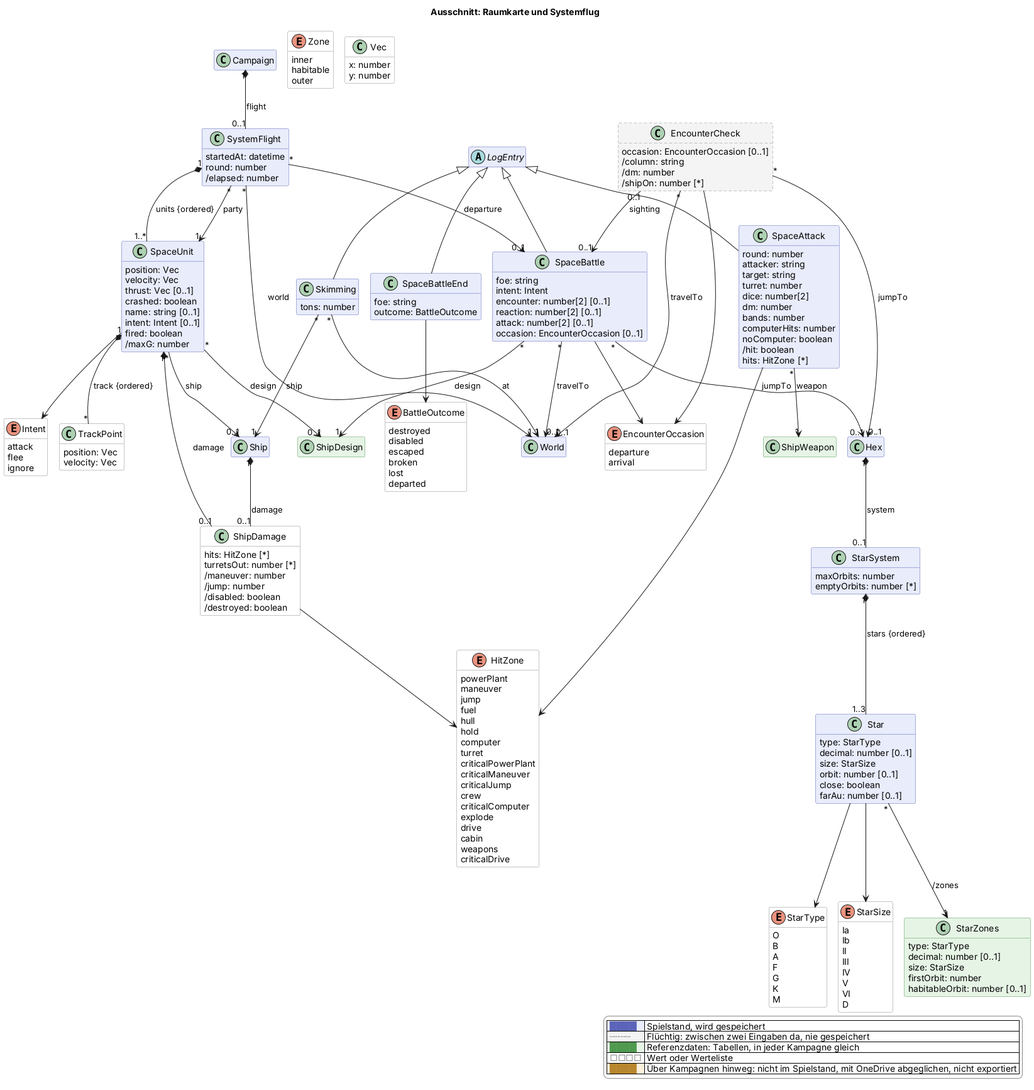
scuzzar/SRE keeps this PlantUML diagram as docs/views/raum.png. Above is the earlier version.
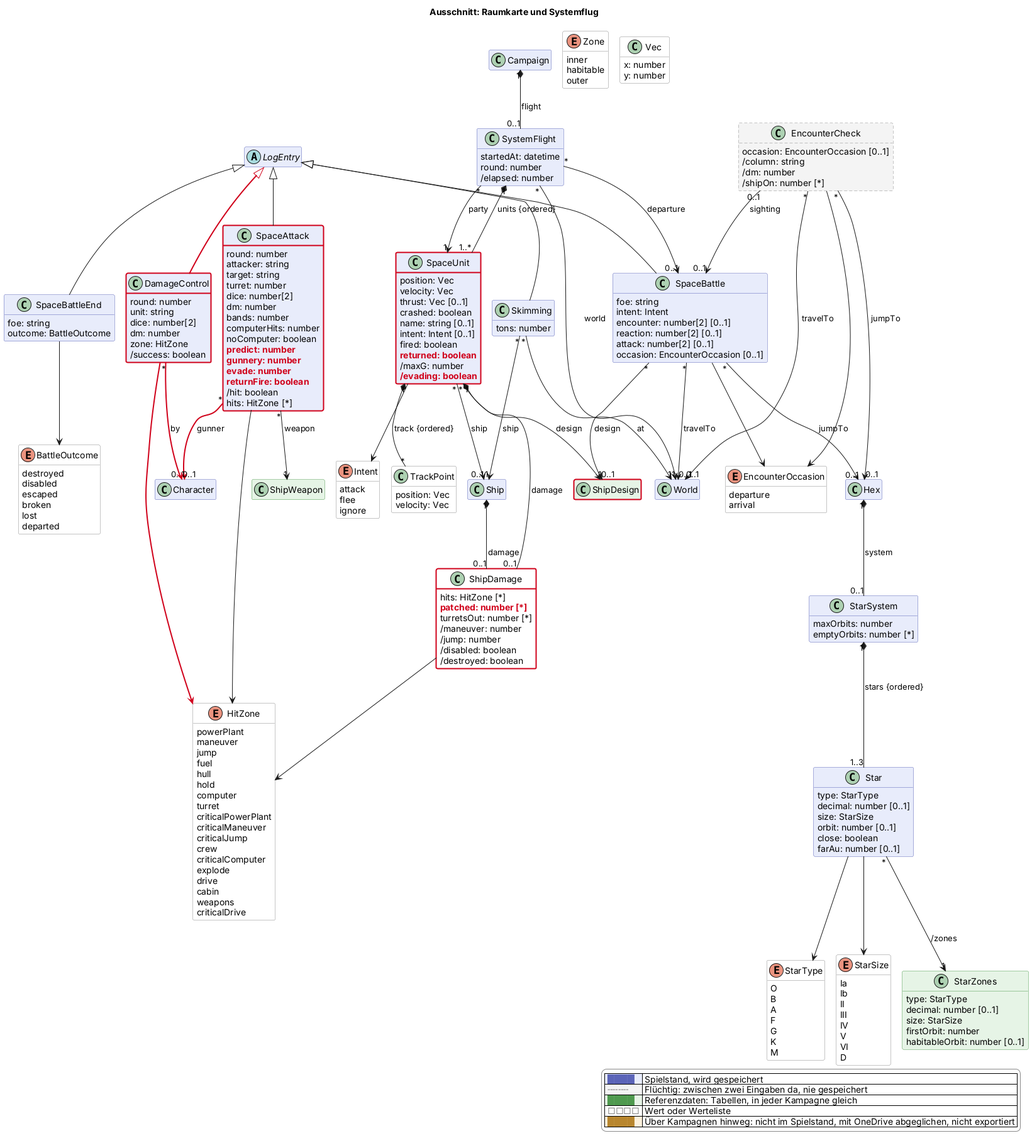
The same file after the commit.

What changed in the source:
```diff
@@ -70,6 +70,7 @@
 hide <<browser>> stereotype
 
   class Campaign $kampagne
+  class Character $charakter
 
   class Ship $schiffe
   class ShipWeapon <<reference>> $schiffe
@@ -128,6 +129,7 @@
   }
   class ShipDamage <<value>> $raum {
     hits: HitZone [*]
+    $new("2026-11-22d", "patched: number [*]")
     turretsOut: number [*]
     /maneuver: number
     /jump: number
@@ -187,6 +189,10 @@
     bands: number
     computerHits: number
     noComputer: boolean
+    $new("2026-11-22d", "predict: number")
+    $new("2026-11-22d", "gunnery: number")
+    $new("2026-11-22d", "evade: number")
+    $new("2026-11-22d", "returnFire: boolean")
     /hit: boolean
     hits: HitZone [*]
   }
@@ -210,7 +216,17 @@
     name: string [0..1]
     intent: Intent [0..1]
     fired: boolean
+    $new("2026-11-22d", "returned: boolean")
     /maxG: number
+    $new("2026-11-22d", "/evading: boolean")
+  }
+  class DamageControl $raum $newClass("2026-11-22d") {
+    round: number
+    unit: string
+    dice: number[2]
+    dm: number
+    zone: HitZone
+    /success: boolean
   }
   class TrackPoint <<value>> $raum {
     position: Vec
@@ -247,6 +263,10 @@
 LogEntry <|-- SpaceBattleEnd
 SpaceBattle "*" --> "1" ShipDesign : design
 SpaceAttack "*" --> "1" ShipWeapon : weapon
+SpaceAttack "*" -$newArrow("2026-11-22d")-> "0..1" Character : gunner
+LogEntry <|-$newArrow("2026-11-22d")- DamageControl
+DamageControl -$newArrow("2026-11-22d")-> HitZone
+DamageControl "*" -$newArrow("2026-11-22d")-> "0..1" Character : by
 SpaceAttack --> HitZone
 SpaceBattleEnd --> BattleOutcome
 SpaceBattle --> EncounterOccasion
@@ -287,4 +307,8 @@
   |<#ffffff> <color:#8a8a8a>□□□□</color> | Wert oder Werteliste |
   |<#fdf1dc> <color:#b8862e>████</color> | Über Kampagnen hinweg: nicht im Spielstand, mit OneDrive abgeglichen, nicht exportiert |
 endlegend
+class ShipDesign #line:d0021b;line.bold
+class ShipDamage #line:d0021b;line.bold
+class SpaceAttack #line:d0021b;line.bold
+class SpaceUnit #line:d0021b;line.bold
 @enduml
```
